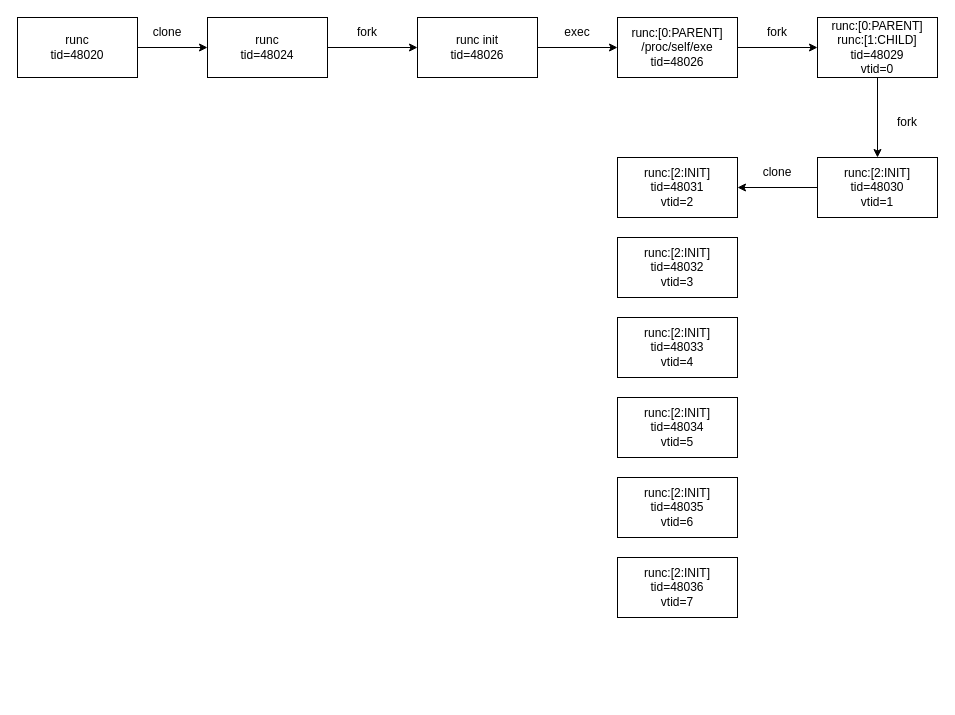
This is 20211222/docker_run-runc.drawio from SericaLaw/images, a draw.io file, before an edit. Source tidied: cells renumbered, new cells numbered last; positions are measured from the earlier drawing's top-left corner, leaving out a move shared by most shapes. Both pictures are drawn from the tidied source at 100%, with x=0, y=0 at pixel (17, 17).
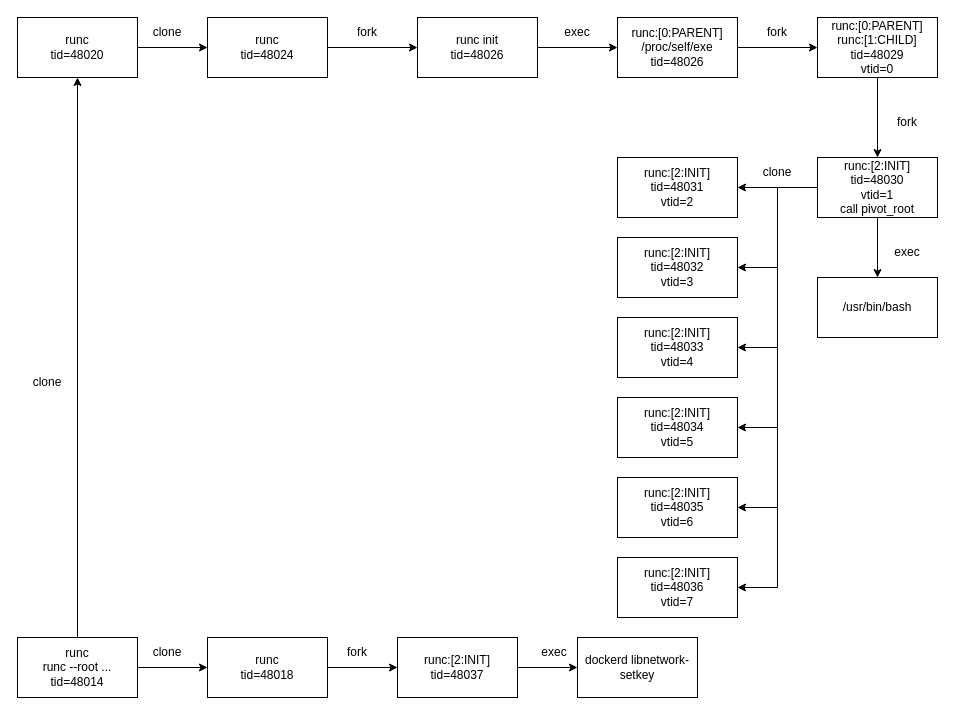
The same page after the edit.

Unchanged cells that the change refers to:
```xml
<mxCell id="12" value="runc&lt;br&gt;tid=48020" style="rounded=0;whiteSpace=wrap;html=1;" parent="1" vertex="1">
  <mxGeometry width="120" height="60" as="geometry" />
</mxCell>
<mxCell id="21" value="&lt;div class=&quot;okr-block-clipboard&quot;&gt;&lt;/div&gt;&lt;div&gt;&lt;div class=&quot;okr-block-clipboard&quot;&gt;&lt;/div&gt;&lt;div&gt;runc:[2:INIT]&lt;/div&gt;&lt;/div&gt;tid=&lt;span&gt;48032&lt;br&gt;vtid=3&lt;br&gt;&lt;/span&gt;&lt;div class=&quot;okr-block-clipboard&quot;&gt;&lt;/div&gt;" style="rounded=0;whiteSpace=wrap;html=1;" parent="1" vertex="1">
  <mxGeometry x="600" y="220" width="120" height="60" as="geometry" />
</mxCell>
<mxCell id="22" value="&lt;div class=&quot;okr-block-clipboard&quot;&gt;&lt;/div&gt;&lt;div&gt;&lt;div class=&quot;okr-block-clipboard&quot;&gt;&lt;/div&gt;&lt;div&gt;runc:[2:INIT]&lt;/div&gt;&lt;/div&gt;tid=&lt;span&gt;48033&lt;br&gt;vtid=4&lt;br&gt;&lt;/span&gt;&lt;div class=&quot;okr-block-clipboard&quot;&gt;&lt;/div&gt;" style="rounded=0;whiteSpace=wrap;html=1;" parent="1" vertex="1">
  <mxGeometry x="600" y="300" width="120" height="60" as="geometry" />
</mxCell>
<mxCell id="23" value="&lt;div class=&quot;okr-block-clipboard&quot;&gt;&lt;/div&gt;&lt;div&gt;&lt;div class=&quot;okr-block-clipboard&quot;&gt;&lt;/div&gt;&lt;div&gt;runc:[2:INIT]&lt;/div&gt;&lt;/div&gt;tid=&lt;span&gt;48034&lt;br&gt;vtid=5&lt;br&gt;&lt;/span&gt;&lt;div class=&quot;okr-block-clipboard&quot;&gt;&lt;/div&gt;" style="rounded=0;whiteSpace=wrap;html=1;" parent="1" vertex="1">
  <mxGeometry x="600" y="380" width="120" height="60" as="geometry" />
</mxCell>
<mxCell id="24" value="&lt;div class=&quot;okr-block-clipboard&quot;&gt;&lt;/div&gt;&lt;div&gt;&lt;div class=&quot;okr-block-clipboard&quot;&gt;&lt;/div&gt;&lt;div&gt;runc:[2:INIT]&lt;/div&gt;&lt;/div&gt;tid=&lt;span&gt;48035&lt;br&gt;vtid=6&lt;br&gt;&lt;/span&gt;&lt;div class=&quot;okr-block-clipboard&quot;&gt;&lt;/div&gt;" style="rounded=0;whiteSpace=wrap;html=1;" parent="1" vertex="1">
  <mxGeometry x="600" y="460" width="120" height="60" as="geometry" />
</mxCell>
<mxCell id="25" value="&lt;div class=&quot;okr-block-clipboard&quot;&gt;&lt;/div&gt;&lt;div&gt;&lt;div class=&quot;okr-block-clipboard&quot;&gt;&lt;/div&gt;&lt;div&gt;runc:[2:INIT]&lt;/div&gt;&lt;/div&gt;tid=&lt;span&gt;48036&lt;br&gt;vtid=7&lt;br&gt;&lt;/span&gt;&lt;div class=&quot;okr-block-clipboard&quot;&gt;&lt;/div&gt;" style="rounded=0;whiteSpace=wrap;html=1;" parent="1" vertex="1">
  <mxGeometry x="600" y="540" width="120" height="60" as="geometry" />
</mxCell>
```

The edit, as a diff of the source:
```diff
@@
+    <mxCell id="26" style="edgeStyle=orthogonalEdgeStyle;rounded=0;jettySize=auto;html=1;exitX=0.5;exitY=1;exitDx=0;exitDy=0;entryX=0.5;entryY=0;entryDx=0;entryDy=0;" parent="1" edge="1" source="10" target="39">
+      <mxGeometry relative="1" as="geometry" />
+    </mxCell>
+    <mxCell id="27" style="edgeStyle=orthogonalEdgeStyle;rounded=0;jettySize=auto;html=1;exitX=0;exitY=0.5;exitDx=0;exitDy=0;entryX=1;entryY=0.5;entryDx=0;entryDy=0;" parent="1" edge="1" source="10" target="21">
+      <mxGeometry relative="1" as="geometry" />
+    </mxCell>
+    <mxCell id="28" style="edgeStyle=orthogonalEdgeStyle;rounded=0;jettySize=auto;html=1;exitX=0;exitY=0.5;exitDx=0;exitDy=0;entryX=1;entryY=0.5;entryDx=0;entryDy=0;" parent="1" edge="1" source="10" target="22">
+      <mxGeometry relative="1" as="geometry" />
+    </mxCell>
+    <mxCell id="29" style="edgeStyle=orthogonalEdgeStyle;rounded=0;jettySize=auto;html=1;exitX=0;exitY=0.5;exitDx=0;exitDy=0;entryX=1;entryY=0.5;entryDx=0;entryDy=0;" parent="1" edge="1" source="10" target="23">
+      <mxGeometry relative="1" as="geometry" />
+    </mxCell>
+    <mxCell id="30" style="edgeStyle=orthogonalEdgeStyle;rounded=0;jettySize=auto;html=1;exitX=0;exitY=0.5;exitDx=0;exitDy=0;entryX=1;entryY=0.5;entryDx=0;entryDy=0;" parent="1" edge="1" source="10" target="24">
+      <mxGeometry relative="1" as="geometry" />
+    </mxCell>
+    <mxCell id="31" style="edgeStyle=orthogonalEdgeStyle;rounded=0;jettySize=auto;html=1;exitX=0;exitY=0.5;exitDx=0;exitDy=0;entryX=1;entryY=0.5;entryDx=0;entryDy=0;" parent="1" edge="1" source="10" target="25">
+      <mxGeometry relative="1" as="geometry" />
+    </mxCell>
-    <mxCell id="10" value="&lt;div class=&quot;okr-block-clipboard&quot;&gt;&lt;/div&gt;&lt;div&gt;&lt;div class=&quot;okr-block-clipboard&quot;&gt;&lt;/div&gt;&lt;div&gt;runc:[2:INIT]&lt;/div&gt;&lt;/div&gt;tid=&lt;span&gt;48030&lt;br&gt;vtid=1&lt;br&gt;&lt;/span&gt;&lt;div class=&quot;okr-block-clipboard&quot;&gt;&lt;/div&gt;" style="rounded=0;whiteSpace=wrap;html=1;" parent="1" vertex="1">
+    <mxCell id="10" value="&lt;div class=&quot;okr-block-clipboard&quot;&gt;&lt;/div&gt;&lt;div&gt;&lt;div class=&quot;okr-block-clipboard&quot;&gt;&lt;/div&gt;&lt;div&gt;runc:[2:INIT]&lt;/div&gt;&lt;/div&gt;tid=&lt;span&gt;48030&lt;br&gt;vtid=1&lt;br&gt;call pivot_root&lt;br&gt;&lt;/span&gt;&lt;div class=&quot;okr-block-clipboard&quot;&gt;&lt;/div&gt;" style="rounded=0;whiteSpace=wrap;html=1;" parent="1" vertex="1">
       <mxGeometry x="800" y="140" width="120" height="60" as="geometry" />
     </mxCell>
@@
+    <mxCell id="32" style="edgeStyle=orthogonalEdgeStyle;rounded=0;jettySize=auto;html=1;exitX=1;exitY=0.5;exitDx=0;exitDy=0;entryX=0;entryY=0.5;entryDx=0;entryDy=0;" parent="1" edge="1" source="33" target="34">
+      <mxGeometry relative="1" as="geometry" />
+    </mxCell>
+    <mxCell id="33" value="&lt;div class=&quot;okr-block-clipboard&quot;&gt;&lt;/div&gt;&lt;div&gt;&lt;div class=&quot;okr-block-clipboard&quot;&gt;&lt;/div&gt;&lt;div&gt;runc:[2:INIT]&lt;/div&gt;&lt;/div&gt;tid=&lt;span&gt;48037&lt;br&gt;&lt;/span&gt;&lt;div class=&quot;okr-block-clipboard&quot;&gt;&lt;/div&gt;" style="rounded=0;whiteSpace=wrap;html=1;" parent="1" vertex="1">
+      <mxGeometry x="380" y="620" width="120" height="60" as="geometry" />
+    </mxCell>
+    <mxCell id="34" value="dockerd libnetwork-setkey" style="rounded=0;whiteSpace=wrap;html=1;" parent="1" vertex="1">
+      <mxGeometry x="560" y="620" width="120" height="60" as="geometry" />
+    </mxCell>
+    <mxCell id="35" value="exec" style="text;html=1;strokeColor=none;fillColor=none;align=center;verticalAlign=middle;whiteSpace=wrap;rounded=0;" parent="1" vertex="1">
+      <mxGeometry x="507" y="620" width="60" height="30" as="geometry" />
+    </mxCell>
+    <mxCell id="36" style="edgeStyle=orthogonalEdgeStyle;rounded=0;jettySize=auto;html=1;exitX=1;exitY=0.5;exitDx=0;exitDy=0;entryX=0;entryY=0.5;entryDx=0;entryDy=0;" parent="1" edge="1" source="37" target="33">
+      <mxGeometry relative="1" as="geometry" />
+    </mxCell>
+    <mxCell id="37" value="&lt;div class=&quot;okr-block-clipboard&quot;&gt;&lt;/div&gt;&lt;div&gt;&lt;div class=&quot;okr-block-clipboard&quot;&gt;&lt;/div&gt;&lt;div&gt;runc&lt;/div&gt;&lt;/div&gt;tid=&lt;span&gt;48018&lt;br&gt;&lt;/span&gt;&lt;div class=&quot;okr-block-clipboard&quot;&gt;&lt;/div&gt;" style="rounded=0;whiteSpace=wrap;html=1;" parent="1" vertex="1">
+      <mxGeometry x="190" y="620" width="120" height="60" as="geometry" />
+    </mxCell>
+    <mxCell id="38" value="fork" style="text;html=1;strokeColor=none;fillColor=none;align=center;verticalAlign=middle;whiteSpace=wrap;rounded=0;" parent="1" vertex="1">
+      <mxGeometry x="310" y="620" width="60" height="30" as="geometry" />
+    </mxCell>
+    <mxCell id="39" value="/usr/bin/bash" style="rounded=0;whiteSpace=wrap;html=1;" parent="1" vertex="1">
+      <mxGeometry x="800" y="260" width="120" height="60" as="geometry" />
+    </mxCell>
+    <mxCell id="40" value="exec" style="text;html=1;strokeColor=none;fillColor=none;align=center;verticalAlign=middle;whiteSpace=wrap;rounded=0;" parent="1" vertex="1">
+      <mxGeometry x="860" y="220" width="60" height="30" as="geometry" />
+    </mxCell>
+    <mxCell id="41" style="edgeStyle=orthogonalEdgeStyle;rounded=0;jettySize=auto;html=1;exitX=1;exitY=0.5;exitDx=0;exitDy=0;entryX=0;entryY=0.5;entryDx=0;entryDy=0;" parent="1" edge="1" source="43" target="37">
+      <mxGeometry relative="1" as="geometry" />
+    </mxCell>
+    <mxCell id="42" style="edgeStyle=orthogonalEdgeStyle;rounded=0;jettySize=auto;html=1;exitX=0.5;exitY=0;exitDx=0;exitDy=0;entryX=0.5;entryY=1;entryDx=0;entryDy=0;" parent="1" edge="1" source="43" target="12">
+      <mxGeometry relative="1" as="geometry" />
+    </mxCell>
+    <mxCell id="43" value="&lt;div class=&quot;okr-block-clipboard&quot;&gt;&lt;/div&gt;&lt;div&gt;&lt;div class=&quot;okr-block-clipboard&quot;&gt;&lt;/div&gt;&lt;div&gt;runc&lt;/div&gt;&lt;/div&gt;&lt;div&gt;runc --root ...&lt;/div&gt;tid=&lt;span&gt;48014&lt;br&gt;&lt;/span&gt;&lt;div class=&quot;okr-block-clipboard&quot;&gt;&lt;/div&gt;" style="rounded=0;whiteSpace=wrap;html=1;" parent="1" vertex="1">
+      <mxGeometry y="620" width="120" height="60" as="geometry" />
+    </mxCell>
+    <mxCell id="44" value="clone" style="text;html=1;strokeColor=none;fillColor=none;align=center;verticalAlign=middle;whiteSpace=wrap;rounded=0;" parent="1" vertex="1">
+      <mxGeometry x="120" y="620" width="60" height="30" as="geometry" />
+    </mxCell>
+    <mxCell id="45" value="clone" style="text;html=1;strokeColor=none;fillColor=none;align=center;verticalAlign=middle;whiteSpace=wrap;rounded=0;" parent="1" vertex="1">
+      <mxGeometry y="350" width="60" height="30" as="geometry" />
+    </mxCell>
```
